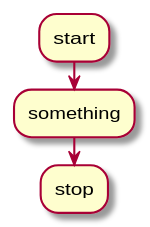
Above: other-diagram.svg in paskahlisanjas/diagram-as-code (PlantUML), before the change.
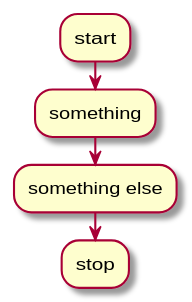
The same diagram one commit later.

Commit message:
chore: re-generate UML diagrams

Diff of the diagram source:
```diff
@@ -2,6 +2,7 @@
 
 :start;
 :something;
+:something else;
 :stop;
 
 @enduml
```
